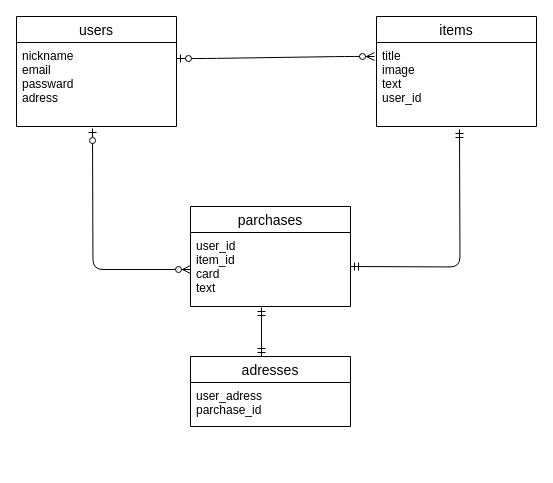
hidapen/furima-35859 keeps this draw.io diagram as test.dio. Above is the earlier version. Source tidied: cells renumbered, new cells numbered last; positions are measured from the earlier drawing's top-left corner, leaving out a move shared by most shapes. Both pictures are drawn from the tidied source at 100%, with x=0, y=0 at pixel (16, 16).
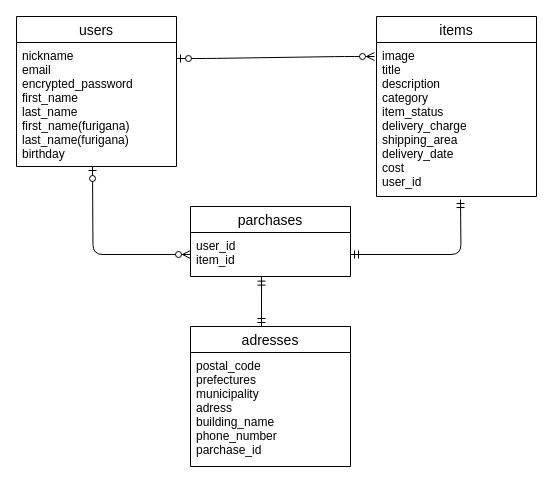
Above is the later version.

Commit message (it also covers changes not shown here):
レビュー修正

Diff of the diagram source:
```diff
@@
 <mxGraphModel>
   <root>
     <mxCell id="0" />
     <mxCell id="1" parent="0" />
     <mxCell id="2" value="users" style="swimlane;fontStyle=0;horizontal=1;startSize=26;align=center;fontSize=14;" parent="1" vertex="1">
-      <mxGeometry width="160" height="110" as="geometry" />
+      <mxGeometry width="160" height="150" as="geometry" />
     </mxCell>
-    <mxCell id="3" value="nickname&#10;email&#10;passward&#10;adress" style="text;strokeColor=none;fillColor=none;spacingLeft=4;spacingRight=4;overflow=hidden;fontSize=12;" parent="2" vertex="1">
-      <mxGeometry y="26" width="160" height="84" as="geometry" />
+    <mxCell id="3" value="nickname&#10;email&#10;encrypted_password&#10;first_name&#10;last_name&#10;first_name(furigana)&#10;last_name(furigana)&#10;birthday" style="text;strokeColor=none;fillColor=none;spacingLeft=4;spacingRight=4;overflow=hidden;fontSize=12;" parent="2" vertex="1">
+      <mxGeometry y="26" width="160" height="124" as="geometry" />
     </mxCell>
     <mxCell id="4" value="items" style="swimlane;fontStyle=0;horizontal=1;startSize=26;align=center;fontSize=14;" parent="1" vertex="1">
-      <mxGeometry x="360" width="160" height="110" as="geometry" />
+      <mxGeometry x="360" width="160" height="180" as="geometry" />
     </mxCell>
-    <mxCell id="5" value="title&#10;image&#10;text&#10;user_id" style="text;strokeColor=none;fillColor=none;spacingLeft=4;spacingRight=4;overflow=hidden;fontSize=12;" parent="4" vertex="1">
-      <mxGeometry y="26" width="160" height="84" as="geometry" />
+    <mxCell id="5" value="image&#10;title&#10;description&#10;category&#10;item_status&#10;delivery_charge&#10;shipping_area&#10;delivery_date&#10;cost&#10;user_id" style="text;strokeColor=none;fillColor=none;spacingLeft=4;spacingRight=4;overflow=hidden;fontSize=12;" parent="4" vertex="1">
+      <mxGeometry y="26" width="160" height="154" as="geometry" />
     </mxCell>
     <mxCell id="6" value="parchases" style="swimlane;fontStyle=0;horizontal=1;startSize=26;align=center;fontSize=14;" parent="1" vertex="1">
-      <mxGeometry x="174" y="190" width="160" height="100" as="geometry" />
+      <mxGeometry x="174" y="190" width="160" height="70" as="geometry" />
     </mxCell>
-    <mxCell id="7" value="user_id&#10;item_id&#10;card&#10;text" style="text;strokeColor=none;fillColor=none;spacingLeft=4;spacingRight=4;overflow=hidden;points=[[0,0.5],[1,0.5]];portConstraint=eastwest;fontSize=12;" parent="6" vertex="1">
-      <mxGeometry y="26" width="160" height="74" as="geometry" />
+    <mxCell id="7" value="user_id&#10;item_id&#10;" style="text;strokeColor=none;fillColor=none;spacingLeft=4;spacingRight=4;overflow=hidden;points=[[0,0.5],[1,0.5]];portConstraint=eastwest;fontSize=12;" parent="6" vertex="1">
+      <mxGeometry y="26" width="160" height="44" as="geometry" />
     </mxCell>
     <mxCell id="8" style="edgeStyle=entityRelationEdgeStyle;fontSize=12;html=1;endArrow=ERzeroToMany;startArrow=ERzeroToOne;" parent="1" edge="1">
       <mxGeometry relative="1" as="geometry">
         <mxPoint x="160" y="42" as="sourcePoint" />
         <mxPoint x="358" y="40" as="targetPoint" />
       </mxGeometry>
     </mxCell>
     <mxCell id="9" value="adresses" style="swimlane;fontStyle=0;horizontal=1;startSize=26;align=center;fontSize=14;" parent="1" vertex="1">
-      <mxGeometry x="174" y="340" width="160" height="70" as="geometry" />
+      <mxGeometry x="174" y="310" width="160" height="140" as="geometry" />
     </mxCell>
-    <mxCell id="10" value="user_adress&#10;parchase_id" style="text;strokeColor=none;fillColor=none;spacingLeft=4;spacingRight=4;overflow=hidden;fontSize=12;" parent="9" vertex="1">
-      <mxGeometry y="26" width="160" height="44" as="geometry" />
+    <mxCell id="10" value="postal_code&#10;prefectures&#10;municipality&#10;adress&#10;building_name&#10;phone_number&#10;parchase_id" style="text;strokeColor=none;fillColor=none;spacingLeft=4;spacingRight=4;overflow=hidden;fontSize=12;" parent="9" vertex="1">
+      <mxGeometry y="26" width="160" height="114" as="geometry" />
     </mxCell>
     <mxCell id="11" style="fontSize=12;html=1;endArrow=ERmandOne;startArrow=ERmandOne;entryX=0.444;entryY=1.014;entryDx=0;entryDy=0;entryPerimeter=0;" parent="1" edge="1" target="7">
       <mxGeometry relative="1" as="geometry">
-        <mxPoint x="245" y="340" as="sourcePoint" />
+        <mxPoint x="245" y="310" as="sourcePoint" />
       </mxGeometry>
     </mxCell>
     <mxCell id="12" style="edgeStyle=orthogonalEdgeStyle;fontSize=12;html=1;endArrow=ERzeroToMany;startArrow=ERzeroToOne;entryX=0;entryY=0.5;entryDx=0;entryDy=0;" parent="1" edge="1" target="7">
       <mxGeometry relative="1" as="geometry">
-        <mxPoint x="76" y="112" as="sourcePoint" />
+        <mxPoint x="76" y="150" as="sourcePoint" />
       </mxGeometry>
     </mxCell>
-    <mxCell id="13" style="edgeStyle=orthogonalEdgeStyle;fontSize=12;html=1;endArrow=ERmandOne;startArrow=ERmandOne;" parent="1" edge="1">
+    <mxCell id="13" style="edgeStyle=orthogonalEdgeStyle;fontSize=12;html=1;endArrow=ERmandOne;startArrow=ERmandOne;exitX=1;exitY=0.5;exitDx=0;exitDy=0;" parent="1" edge="1" source="7">
       <mxGeometry relative="1" as="geometry">
-        <mxPoint x="334" y="250" as="sourcePoint" />
-        <mxPoint x="443" y="113" as="targetPoint" />
+        <mxPoint x="444" y="183" as="targetPoint" />
       </mxGeometry>
     </mxCell>
   </root>
 </mxGraphModel>
```
